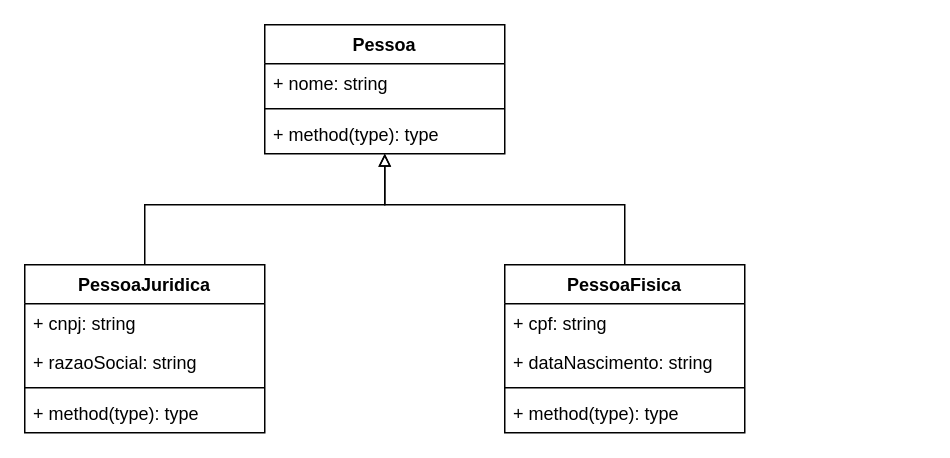
Earlier version of the draw.io diagram Untitled Diagram.drawio (rickhyh/Diagramas). Source tidied: cells renumbered, new cells numbered last; positions are measured from the earlier drawing's top-left corner, leaving out a move shared by most shapes. Both pictures are drawn from the tidied source at 150%, with x=0, y=0 at pixel (24, 24).
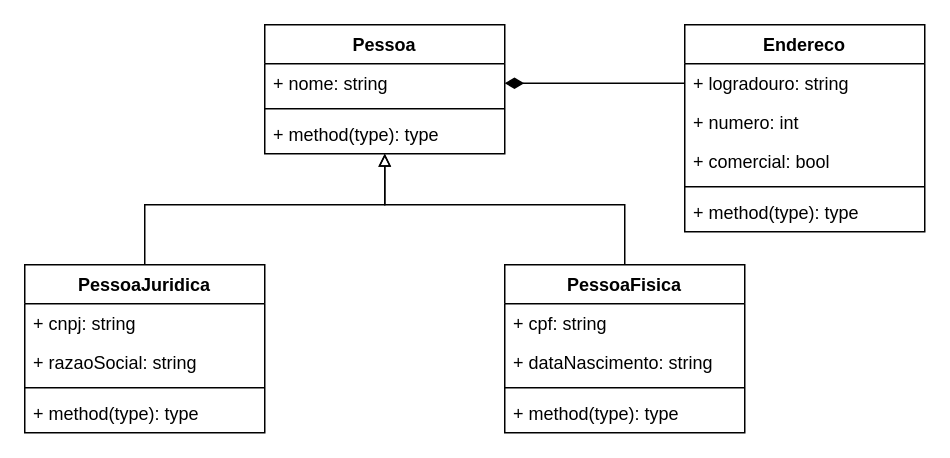
The same page after the edit.

Unchanged cells that the change refers to:
```xml
<mxCell id="3" value="+ nome: string" style="text;strokeColor=none;fillColor=none;align=left;verticalAlign=top;spacingLeft=4;spacingRight=4;overflow=hidden;points=[[0,0.5],[1,0.5]];portConstraint=eastwest;" parent="2" vertex="1">
  <mxGeometry y="26" width="160" height="26" as="geometry" />
</mxCell>
<mxCell id="5" value="+ method(type): type" style="text;strokeColor=none;fillColor=none;align=left;verticalAlign=top;spacingLeft=4;spacingRight=4;overflow=hidden;points=[[0,0.5],[1,0.5]];portConstraint=eastwest;" parent="2" vertex="1">
  <mxGeometry y="60" width="160" height="26" as="geometry" />
</mxCell>
<mxCell id="6" value="PessoaFisica" style="swimlane;fontStyle=1;align=center;verticalAlign=top;horizontal=1;startSize=26;" parent="1" vertex="1">
  <mxGeometry x="320" y="160" width="160" height="112" as="geometry" />
</mxCell>
```

What changed in the source:
```diff
@@
-    <mxCell id="17" style="endArrow=block;endFill=0;html=1;edgeStyle=orthogonalEdgeStyle;align=left;verticalAlign=top;rounded=0;exitX=0.5;exitY=0;exitDx=0;exitDy=0;" parent="1" edge="1" source="6" target="5">
+    <mxCell id="17" style="endArrow=block;endFill=0;html=1;edgeStyle=orthogonalEdgeStyle;align=left;verticalAlign=top;rounded=0;exitX=0.5;exitY=0;exitDx=0;exitDy=0;strokeWidth=1;" parent="1" edge="1" source="6" target="5">
       <mxGeometry x="-1" relative="1" as="geometry">
         <Array as="points">
           <mxPoint x="400" y="120" />
           <mxPoint x="240" y="120" />
         </Array>
       </mxGeometry>
     </mxCell>
+    <mxCell id="18" value="Endereco" style="swimlane;fontStyle=1;align=center;verticalAlign=top;horizontal=1;startSize=26;" parent="1" vertex="1">
+      <mxGeometry x="440" width="160" height="138" as="geometry" />
+    </mxCell>
+    <mxCell id="19" value="+ logradouro: string" style="text;strokeColor=none;fillColor=none;align=left;verticalAlign=top;spacingLeft=4;spacingRight=4;overflow=hidden;points=[[0,0.5],[1,0.5]];portConstraint=eastwest;" parent="18" vertex="1">
+      <mxGeometry y="26" width="160" height="26" as="geometry" />
+    </mxCell>
+    <mxCell id="20" value="+ numero: int" style="text;strokeColor=none;fillColor=none;align=left;verticalAlign=top;spacingLeft=4;spacingRight=4;overflow=hidden;" parent="18" vertex="1">
+      <mxGeometry y="52" width="160" height="26" as="geometry" />
+    </mxCell>
+    <mxCell id="21" value="+ comercial: bool" style="text;strokeColor=none;fillColor=none;align=left;verticalAlign=top;spacingLeft=4;spacingRight=4;overflow=hidden;" parent="18" vertex="1">
+      <mxGeometry y="78" width="160" height="26" as="geometry" />
+    </mxCell>
+    <mxCell id="22" style="line;strokeWidth=1;fillColor=none;align=left;verticalAlign=middle;spacingTop=-1;spacingLeft=3;spacingRight=3;labelPosition=right;" parent="18" vertex="1">
+      <mxGeometry y="104" width="160" height="8" as="geometry" />
+    </mxCell>
+    <mxCell id="23" value="+ method(type): type" style="text;strokeColor=none;fillColor=none;align=left;verticalAlign=top;spacingLeft=4;spacingRight=4;overflow=hidden;" parent="18" vertex="1">
+      <mxGeometry y="112" width="160" height="26" as="geometry" />
+    </mxCell>
+    <mxCell id="24" style="endArrow=none;startArrow=diamondThin;endFill=0;startFill=1;endSize=8;startSize=10;html=1;rounded=0;strokeWidth=1;exitX=1;exitY=0.5;exitDx=0;exitDy=0;entryX=0;entryY=0.5;entryDx=0;entryDy=0;" parent="1" edge="1" source="3" target="19">
+      <mxGeometry relative="1" as="geometry" />
+    </mxCell>
```
